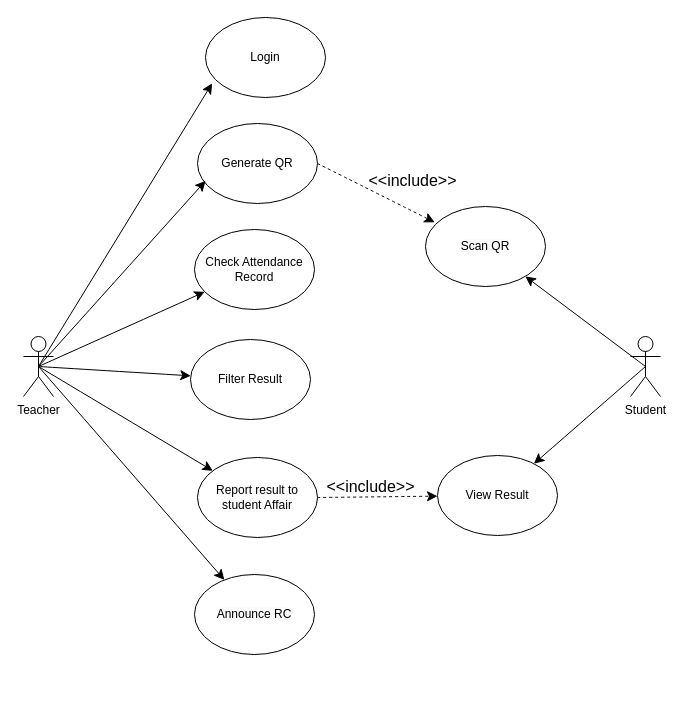
Above: useCase.drawio in KhunMaungNgwee/InternShipProject (draw.io), before the change. Source tidied: cells renumbered, new cells numbered last; positions are measured from the earlier drawing's top-left corner, leaving out a move shared by most shapes. Both pictures are drawn from the tidied source at 100%, with x=0, y=0 at pixel (23, 17).
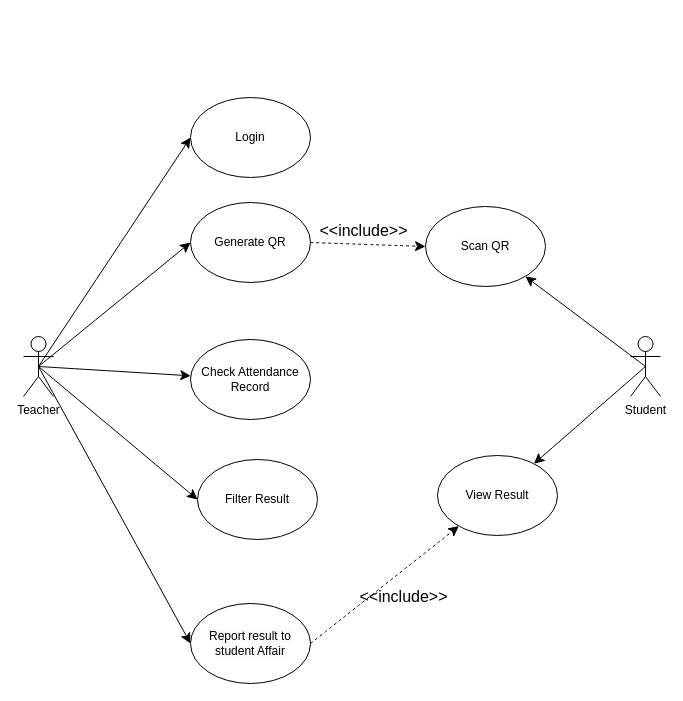
After the change.

Unchanged cells that the change refers to:
```xml
<mxCell id="9" value="Teacher" style="shape=umlActor;verticalLabelPosition=bottom;verticalAlign=top;html=1;outlineConnect=0;" parent="1" vertex="1">
  <mxGeometry y="319" width="30" height="60" as="geometry" />
</mxCell>
<mxCell id="17" value="&lt;span style=&quot;background-color: rgb(251, 251, 251);&quot;&gt;Scan QR&lt;/span&gt;" style="ellipse;whiteSpace=wrap;html=1;" parent="1" vertex="1">
  <mxGeometry x="402" y="189" width="120" height="80" as="geometry" />
</mxCell>
```

What changed in the source:
```diff
@@
-    <mxCell id="5" style="edgeStyle=none;curved=1;rounded=0;jettySize=auto;html=1;exitX=0.5;exitY=0.5;exitDx=0;exitDy=0;exitPerimeter=0;fontSize=12;startSize=8;endSize=8;" parent="1" edge="1" source="9" target="12">
+    <mxCell id="5" style="edgeStyle=none;curved=1;rounded=0;jettySize=auto;html=1;exitX=0.5;exitY=0.5;exitDx=0;exitDy=0;exitPerimeter=0;fontSize=12;startSize=8;endSize=8;entryX=0;entryY=0.5;entryDx=0;entryDy=0;" parent="1" edge="1" source="9" target="12">
       <mxGeometry relative="1" as="geometry" />
     </mxCell>
@@
-    <mxCell id="7" style="edgeStyle=none;curved=1;rounded=0;jettySize=auto;html=1;exitX=0.5;exitY=0.5;exitDx=0;exitDy=0;exitPerimeter=0;fontSize=12;startSize=8;endSize=8;" parent="1" edge="1" source="9" target="13">
+    <mxCell id="7" style="edgeStyle=none;curved=1;rounded=0;jettySize=auto;html=1;exitX=0.5;exitY=0.5;exitDx=0;exitDy=0;exitPerimeter=0;fontSize=12;startSize=8;endSize=8;entryX=0;entryY=0.5;entryDx=0;entryDy=0;" parent="1" edge="1" source="9" target="13">
       <mxGeometry relative="1" as="geometry" />
     </mxCell>
-    <mxCell id="8" style="edgeStyle=none;curved=1;rounded=0;jettySize=auto;html=1;exitX=0.5;exitY=0.5;exitDx=0;exitDy=0;exitPerimeter=0;fontSize=12;startSize=8;endSize=8;" parent="1" edge="1" source="9" target="15">
-      <mxGeometry relative="1" as="geometry" />
-    </mxCell>
@@
     <mxCell id="10" value="Generate QR" style="ellipse;whiteSpace=wrap;html=1;" parent="1" vertex="1">
-      <mxGeometry x="174" y="106" width="120" height="80" as="geometry" />
+      <mxGeometry x="167" y="185" width="120" height="80" as="geometry" />
     </mxCell>
     <mxCell id="11" value="Check Attendance Record" style="ellipse;whiteSpace=wrap;html=1;" parent="1" vertex="1">
-      <mxGeometry x="171" y="212" width="120" height="80" as="geometry" />
+      <mxGeometry x="167" y="322" width="120" height="80" as="geometry" />
     </mxCell>
     <mxCell id="12" value="Filter Result" style="ellipse;whiteSpace=wrap;html=1;" parent="1" vertex="1">
-      <mxGeometry x="167" y="322" width="120" height="80" as="geometry" />
+      <mxGeometry x="174" y="442" width="120" height="80" as="geometry" />
     </mxCell>
     <mxCell id="13" value="&lt;span style=&quot;background-color: rgb(251, 251, 251);&quot;&gt;Report result to student Affair&lt;/span&gt;" style="ellipse;whiteSpace=wrap;html=1;" parent="1" vertex="1">
-      <mxGeometry x="174" y="440" width="120" height="80" as="geometry" />
+      <mxGeometry x="167" y="586" width="120" height="80" as="geometry" />
     </mxCell>
@@
-    <mxCell id="15" value="&lt;span style=&quot;background-color: rgb(251, 251, 251);&quot;&gt;Announce RC&lt;/span&gt;" style="ellipse;whiteSpace=wrap;html=1;" parent="1" vertex="1">
-      <mxGeometry x="171" y="557" width="120" height="80" as="geometry" />
-    </mxCell>
-    <mxCell id="16" style="edgeStyle=none;curved=1;rounded=0;jettySize=auto;html=1;entryX=0.067;entryY=0.717;entryDx=0;entryDy=0;entryPerimeter=0;fontSize=12;startSize=8;endSize=8;exitX=0.5;exitY=0.5;exitDx=0;exitDy=0;exitPerimeter=0;" parent="1" edge="1" source="9" target="10">
+    <mxCell id="16" style="edgeStyle=none;curved=1;rounded=0;jettySize=auto;html=1;entryX=0;entryY=0.5;entryDx=0;entryDy=0;fontSize=12;startSize=8;endSize=8;exitX=0.5;exitY=0.5;exitDx=0;exitDy=0;exitPerimeter=0;" parent="1" edge="1" source="9" target="10">
       <mxGeometry relative="1" as="geometry" />
     </mxCell>
@@
     <mxCell id="18" value="&lt;span style=&quot;background-color: rgb(251, 251, 251);&quot;&gt;Login&lt;/span&gt;" style="ellipse;whiteSpace=wrap;html=1;" parent="1" vertex="1">
-      <mxGeometry x="182" width="120" height="80" as="geometry" />
+      <mxGeometry x="167" y="80" width="120" height="80" as="geometry" />
     </mxCell>
-    <mxCell id="19" style="edgeStyle=none;curved=1;rounded=0;jettySize=auto;html=1;exitX=0.5;exitY=0.5;exitDx=0;exitDy=0;exitPerimeter=0;entryX=0.055;entryY=0.824;entryDx=0;entryDy=0;entryPerimeter=0;fontSize=12;startSize=8;endSize=8;" parent="1" edge="1" source="9" target="18">
+    <mxCell id="19" style="edgeStyle=none;curved=1;rounded=0;jettySize=auto;html=1;exitX=0.5;exitY=0.5;exitDx=0;exitDy=0;exitPerimeter=0;entryX=0;entryY=0.5;entryDx=0;entryDy=0;fontSize=12;startSize=8;endSize=8;" parent="1" edge="1" source="9" target="18">
       <mxGeometry relative="1" as="geometry" />
     </mxCell>
-    <mxCell id="20" style="edgeStyle=none;curved=1;rounded=0;jettySize=auto;html=1;exitX=1;exitY=0.5;exitDx=0;exitDy=0;entryX=0.077;entryY=0.198;entryDx=0;entryDy=0;entryPerimeter=0;fontSize=12;startSize=8;endSize=8;dashed=1;" parent="1" edge="1" source="10" target="17">
+    <mxCell id="20" style="edgeStyle=none;curved=1;rounded=0;jettySize=auto;html=1;exitX=1;exitY=0.5;exitDx=0;exitDy=0;entryX=0;entryY=0.5;entryDx=0;entryDy=0;fontSize=12;startSize=8;endSize=8;dashed=1;" parent="1" edge="1" source="10" target="17">
       <mxGeometry relative="1" as="geometry" />
     </mxCell>
     <mxCell id="21" value="&amp;lt;&amp;lt;include&amp;gt;&amp;gt;" style="text;html=1;align=center;verticalAlign=middle;strokeColor=none;fillColor=none;fontSize=16;" parent="1" vertex="1">
-      <mxGeometry x="336" y="147" width="106" height="31" as="geometry" />
+      <mxGeometry x="287" y="197" width="106" height="31" as="geometry" />
     </mxCell>
@@
     <mxCell id="23" value="&amp;lt;&amp;lt;include&amp;gt;&amp;gt;" style="text;html=1;align=center;verticalAlign=middle;strokeColor=none;fillColor=none;fontSize=16;" parent="1" vertex="1">
-      <mxGeometry x="294" y="453" width="106" height="31" as="geometry" />
+      <mxGeometry x="327" y="563" width="106" height="31" as="geometry" />
     </mxCell>
```
